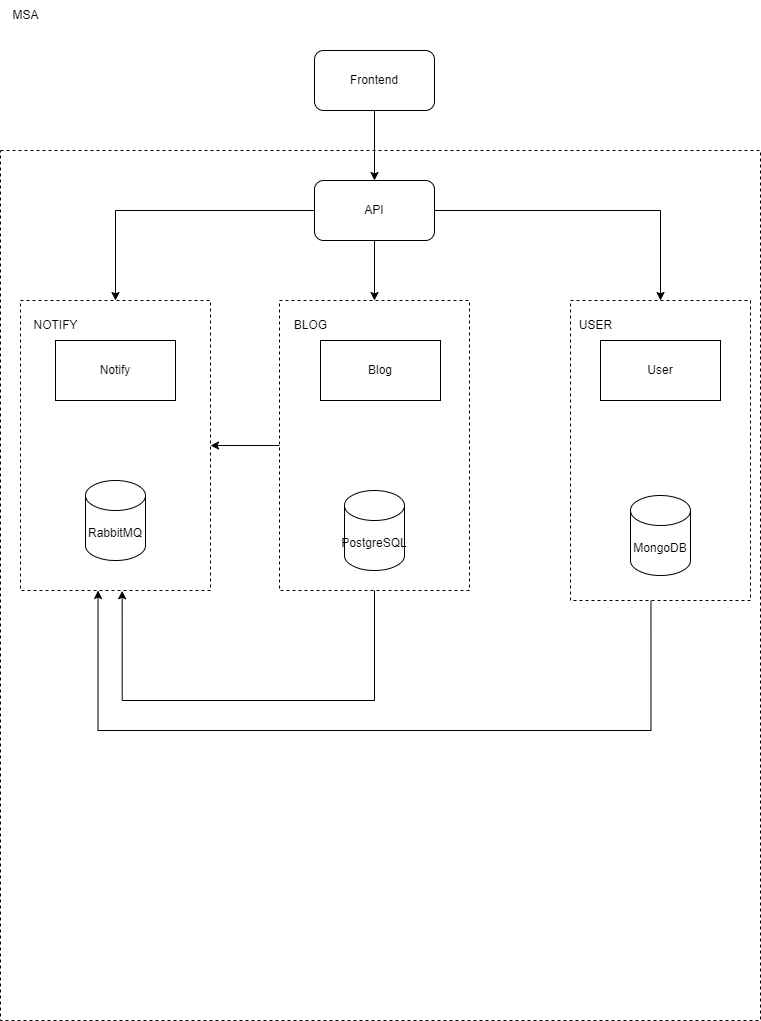
Above: specification.png in htmlacademy-nestjs/2467813-readme-6 (draw.io), before the change. Source tidied: cells renumbered, new cells last; positions are measured from the earlier drawing's top-left corner, leaving out a move shared by most shapes.
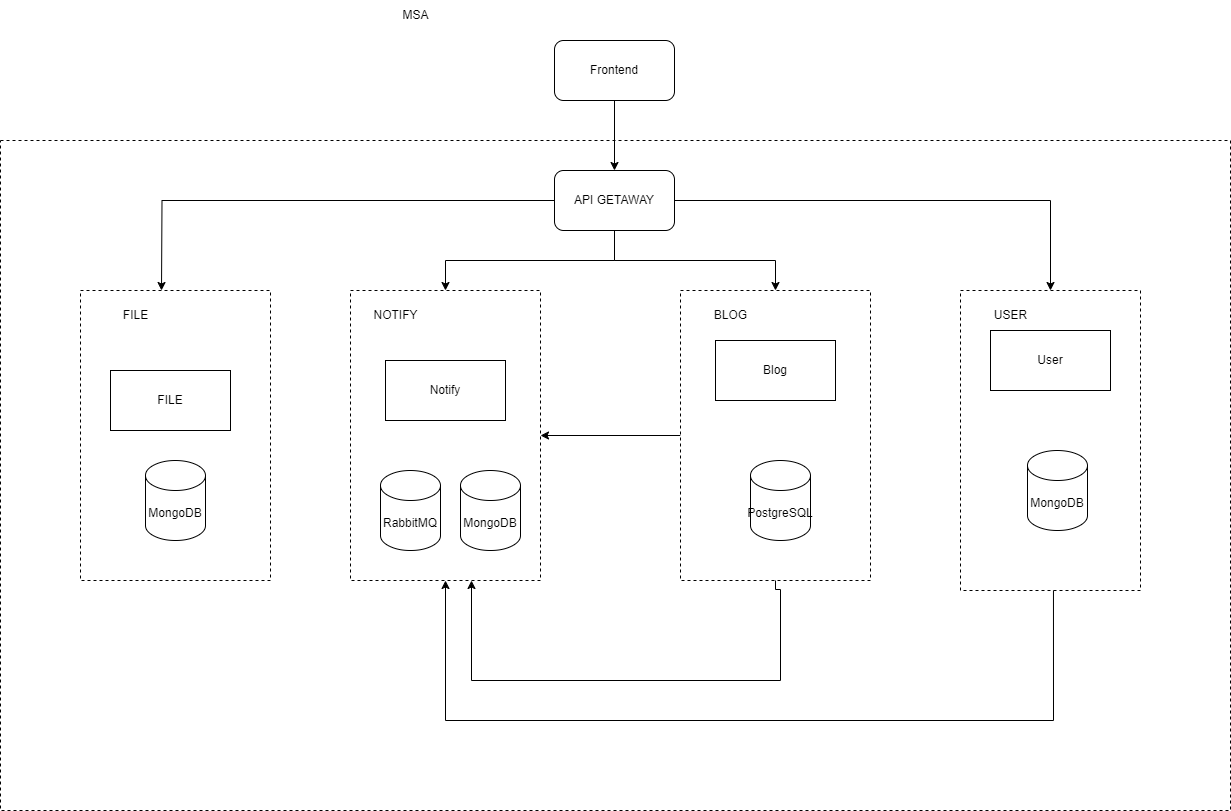
After the change.

Change to the diagram source:
```diff
@@ -3,53 +3,62 @@
     <mxCell id="0" />
     <mxCell id="1" parent="0" />
     <mxCell id="2" style="rounded=0;whiteSpace=wrap;html=1;dashed=1;gradientColor=none;" parent="1" vertex="1">
-      <mxGeometry y="150" width="760" height="870" as="geometry" />
+      <mxGeometry x="-240" y="150" width="1230" height="670" as="geometry" />
     </mxCell>
     <mxCell id="3" value="MSA" style="text;html=1;align=center;verticalAlign=middle;strokeColor=none;fillColor=none;" parent="1" vertex="1">
-      <mxGeometry width="50" height="30" as="geometry" />
+      <mxGeometry x="150" y="10" width="50" height="30" as="geometry" />
     </mxCell>
     <mxCell id="4" style="edgeStyle=orthogonalEdgeStyle;rounded=0;jettySize=auto;html=1;" parent="1" edge="1" source="7" target="11">
       <mxGeometry relative="1" as="geometry" />
     </mxCell>
     <mxCell id="5" style="edgeStyle=orthogonalEdgeStyle;rounded=0;jettySize=auto;html=1;" parent="1" edge="1" source="7" target="9">
-      <mxGeometry relative="1" as="geometry" />
+      <mxGeometry relative="1" as="geometry">
+        <Array as="points">
+          <mxPoint x="374" y="270" />
+          <mxPoint x="535" y="270" />
+        </Array>
+      </mxGeometry>
     </mxCell>
     <mxCell id="6" style="edgeStyle=orthogonalEdgeStyle;rounded=0;jettySize=auto;html=1;" parent="1" edge="1" source="7" target="12">
-      <mxGeometry relative="1" as="geometry" />
+      <mxGeometry relative="1" as="geometry">
+        <Array as="points">
+          <mxPoint x="374" y="270" />
+          <mxPoint x="205" y="270" />
+        </Array>
+      </mxGeometry>
     </mxCell>
-    <mxCell id="7" value="API" style="rounded=1;whiteSpace=wrap;html=1;" parent="1" vertex="1">
+    <mxCell id="7" value="API GETAWAY" style="rounded=1;whiteSpace=wrap;html=1;" parent="1" vertex="1">
       <mxGeometry x="314" y="180" width="120" height="60" as="geometry" />
     </mxCell>
     <mxCell id="8" style="edgeStyle=orthogonalEdgeStyle;rounded=0;jettySize=auto;html=1;exitX=0;exitY=0.5;exitDx=0;exitDy=0;entryX=1;entryY=0.5;entryDx=0;entryDy=0;" parent="1" edge="1" source="9" target="12">
       <mxGeometry relative="1" as="geometry" />
     </mxCell>
     <mxCell id="9" style="rounded=0;whiteSpace=wrap;html=1;dashed=1;" parent="1" vertex="1">
-      <mxGeometry x="279" y="300" width="190" height="290" as="geometry" />
+      <mxGeometry x="440" y="300" width="190" height="290" as="geometry" />
     </mxCell>
-    <mxCell id="10" style="edgeStyle=orthogonalEdgeStyle;rounded=0;orthogonalLoop=1;jettySize=auto;html=1;entryX=0.5;entryY=1;entryDx=0;entryDy=0;exitX=0.544;exitY=0.997;exitDx=0;exitDy=0;exitPerimeter=0;" parent="1" edge="1">
+    <mxCell id="10" style="edgeStyle=orthogonalEdgeStyle;rounded=0;jettySize=auto;html=1;entryX=0.5;entryY=1;entryDx=0;entryDy=0;exitX=0.544;exitY=0.997;exitDx=0;exitDy=0;exitPerimeter=0;" parent="1" edge="1" target="12">
       <mxGeometry relative="1" as="geometry">
-        <mxPoint x="650.5" y="599.1" as="sourcePoint" />
-        <mxPoint x="97.5" y="590" as="targetPoint" />
+        <mxPoint x="813" y="599.1" as="sourcePoint" />
         <Array as="points">
-          <mxPoint x="650.5" y="730" />
-          <mxPoint x="97.5" y="730" />
+          <mxPoint x="813" y="730" />
+          <mxPoint x="205" y="730" />
         </Array>
       </mxGeometry>
     </mxCell>
     <mxCell id="11" style="rounded=0;whiteSpace=wrap;html=1;dashed=1;" parent="1" vertex="1">
-      <mxGeometry x="570" y="300" width="180" height="300" as="geometry" />
+      <mxGeometry x="720" y="300" width="180" height="300" as="geometry" />
     </mxCell>
     <mxCell id="12" style="rounded=0;whiteSpace=wrap;html=1;dashed=1;" parent="1" vertex="1">
-      <mxGeometry x="20" y="300" width="190" height="290" as="geometry" />
+      <mxGeometry x="110" y="300" width="190" height="290" as="geometry" />
     </mxCell>
     <mxCell id="13" value="USER" style="text;html=1;align=center;verticalAlign=middle;strokeColor=none;fillColor=none;" parent="1" vertex="1">
-      <mxGeometry x="565" y="310" width="60" height="30" as="geometry" />
+      <mxGeometry x="740" y="310" width="60" height="30" as="geometry" />
     </mxCell>
     <mxCell id="14" value="BLOG" style="text;html=1;align=center;verticalAlign=middle;strokeColor=none;fillColor=none;" parent="1" vertex="1">
-      <mxGeometry x="280" y="310" width="60" height="30" as="geometry" />
+      <mxGeometry x="460" y="310" width="60" height="30" as="geometry" />
     </mxCell>
     <mxCell id="15" value="&lt;span style=&quot;text-wrap: wrap;&quot;&gt;NOTIFY&lt;/span&gt;" style="text;html=1;align=center;verticalAlign=middle;strokeColor=none;fillColor=none;" parent="1" vertex="1">
-      <mxGeometry x="20" y="310" width="70" height="30" as="geometry" />
+      <mxGeometry x="120" y="310" width="70" height="30" as="geometry" />
     </mxCell>
     <mxCell id="16" style="edgeStyle=orthogonalEdgeStyle;rounded=0;jettySize=auto;html=1;" parent="1" edge="1" source="17" target="7">
       <mxGeometry relative="1" as="geometry" />
@@ -58,30 +67,53 @@
       <mxGeometry x="314" y="50" width="120" height="60" as="geometry" />
     </mxCell>
     <mxCell id="18" value="PostgreSQL" style="shape=cylinder3;whiteSpace=wrap;html=1;boundedLbl=1;backgroundOutline=1;size=15;" parent="1" vertex="1">
-      <mxGeometry x="344" y="490" width="60" height="80" as="geometry" />
+      <mxGeometry x="510" y="470" width="60" height="80" as="geometry" />
     </mxCell>
     <mxCell id="19" value="MongoDB" style="shape=cylinder3;whiteSpace=wrap;html=1;boundedLbl=1;backgroundOutline=1;size=15;" parent="1" vertex="1">
-      <mxGeometry x="630" y="495" width="60" height="80" as="geometry" />
+      <mxGeometry x="787" y="460" width="60" height="80" as="geometry" />
     </mxCell>
     <mxCell id="20" value="RabbitMQ" style="shape=cylinder3;whiteSpace=wrap;html=1;boundedLbl=1;backgroundOutline=1;size=15;" parent="1" vertex="1">
-      <mxGeometry x="85" y="480" width="60" height="80" as="geometry" />
+      <mxGeometry x="140" y="480" width="60" height="80" as="geometry" />
     </mxCell>
-    <mxCell id="21" style="edgeStyle=orthogonalEdgeStyle;rounded=0;jettySize=auto;html=1;entryX=0.535;entryY=1.001;entryDx=0;entryDy=0;entryPerimeter=0;" parent="1" edge="1" source="9" target="12">
-      <mxGeometry relative="1" as="geometry">
-        <Array as="points">
-          <mxPoint x="374" y="700" />
-          <mxPoint x="122" y="700" />
-        </Array>
-      </mxGeometry>
-    </mxCell>
     <mxCell id="22" value="Notify" style="rounded=0;whiteSpace=wrap;html=1;" parent="1" vertex="1">
-      <mxGeometry x="55" y="340" width="120" height="60" as="geometry" />
+      <mxGeometry x="145" y="370" width="120" height="60" as="geometry" />
     </mxCell>
     <mxCell id="23" value="&lt;span style=&quot;text-wrap: nowrap;&quot;&gt;Blog&lt;/span&gt;" style="rounded=0;whiteSpace=wrap;html=1;" parent="1" vertex="1">
-      <mxGeometry x="320" y="340" width="120" height="60" as="geometry" />
+      <mxGeometry x="475" y="350" width="120" height="60" as="geometry" />
     </mxCell>
     <mxCell id="24" value="&lt;span style=&quot;text-wrap: nowrap;&quot;&gt;User&lt;/span&gt;" style="rounded=0;whiteSpace=wrap;html=1;" parent="1" vertex="1">
-      <mxGeometry x="600" y="340" width="120" height="60" as="geometry" />
+      <mxGeometry x="750" y="340" width="120" height="60" as="geometry" />
     </mxCell>
+    <mxCell id="25" value="MongoDB" style="shape=cylinder3;whiteSpace=wrap;html=1;boundedLbl=1;backgroundOutline=1;size=15;" parent="1" vertex="1">
+      <mxGeometry x="220" y="480" width="60" height="80" as="geometry" />
+    </mxCell>
+    <mxCell id="26" style="rounded=0;whiteSpace=wrap;html=1;dashed=1;" parent="1" vertex="1">
+      <mxGeometry x="-160" y="300" width="190" height="290" as="geometry" />
+    </mxCell>
+    <mxCell id="27" value="&lt;span style=&quot;text-wrap: wrap;&quot;&gt;FILE&lt;/span&gt;" style="text;html=1;align=center;verticalAlign=middle;strokeColor=none;fillColor=none;" parent="1" vertex="1">
+      <mxGeometry x="-130" y="310" width="50" height="30" as="geometry" />
+    </mxCell>
+    <mxCell id="28" style="edgeStyle=orthogonalEdgeStyle;rounded=0;jettySize=auto;html=1;entryX=0.5;entryY=1;entryDx=0;entryDy=0;exitX=0.5;exitY=1;exitDx=0;exitDy=0;" parent="1" edge="1" source="9">
+      <mxGeometry relative="1" as="geometry">
+        <mxPoint x="231" y="590" as="targetPoint" />
+        <Array as="points">
+          <mxPoint x="535" y="599" />
+          <mxPoint x="540" y="599" />
+          <mxPoint x="540" y="690" />
+          <mxPoint x="231" y="690" />
+        </Array>
+      </mxGeometry>
+    </mxCell>
+    <mxCell id="29" value="FILE" style="rounded=0;whiteSpace=wrap;html=1;" parent="1" vertex="1">
+      <mxGeometry x="-130" y="380" width="120" height="60" as="geometry" />
+    </mxCell>
+    <mxCell id="30" value="MongoDB" style="shape=cylinder3;whiteSpace=wrap;html=1;boundedLbl=1;backgroundOutline=1;size=15;" parent="1" vertex="1">
+      <mxGeometry x="-95" y="470" width="60" height="80" as="geometry" />
+    </mxCell>
+    <mxCell id="31" style="edgeStyle=orthogonalEdgeStyle;rounded=0;jettySize=auto;html=1;exitX=0;exitY=0.5;exitDx=0;exitDy=0;" parent="1" edge="1" source="7">
+      <mxGeometry relative="1" as="geometry">
+        <mxPoint x="-79" y="300" as="targetPoint" />
+      </mxGeometry>
+    </mxCell>
   </root>
 </mxGraphModel>
```
